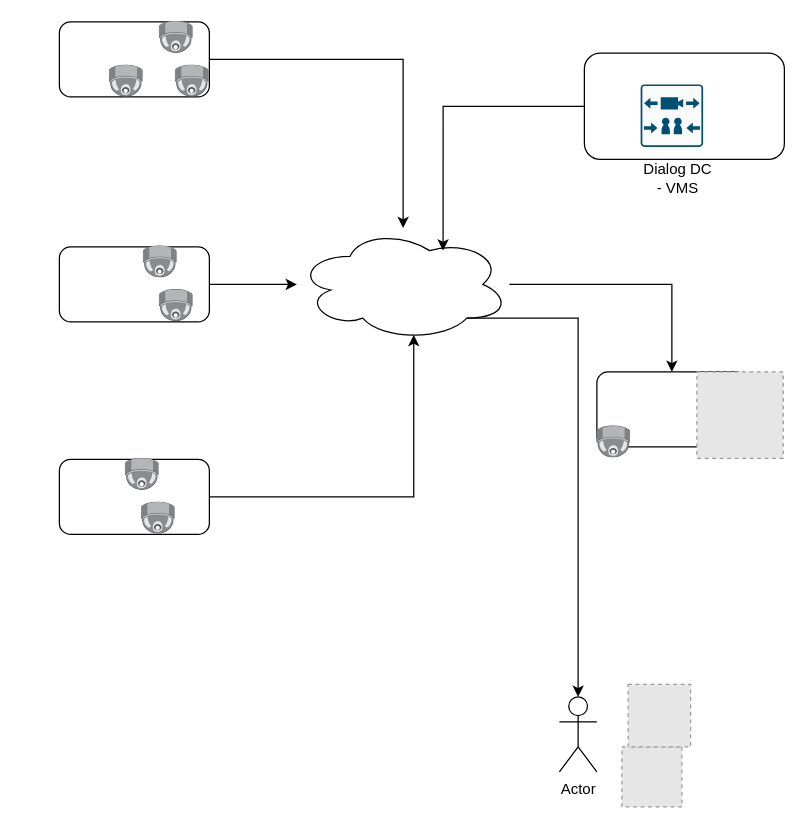
The draw.io diagram Untitled Diagram.drawio in Sadeepap/SampleR, before the edit. Source tidied: cells renumbered, new cells numbered last; positions are measured from the earlier drawing's top-left corner, leaving out a move shared by most shapes. Both pictures are drawn from the tidied source at 125%, with x=0, y=0 at pixel (59, 21). Pictures stored in the file or linked from it are replaced by grey dashed boxes.
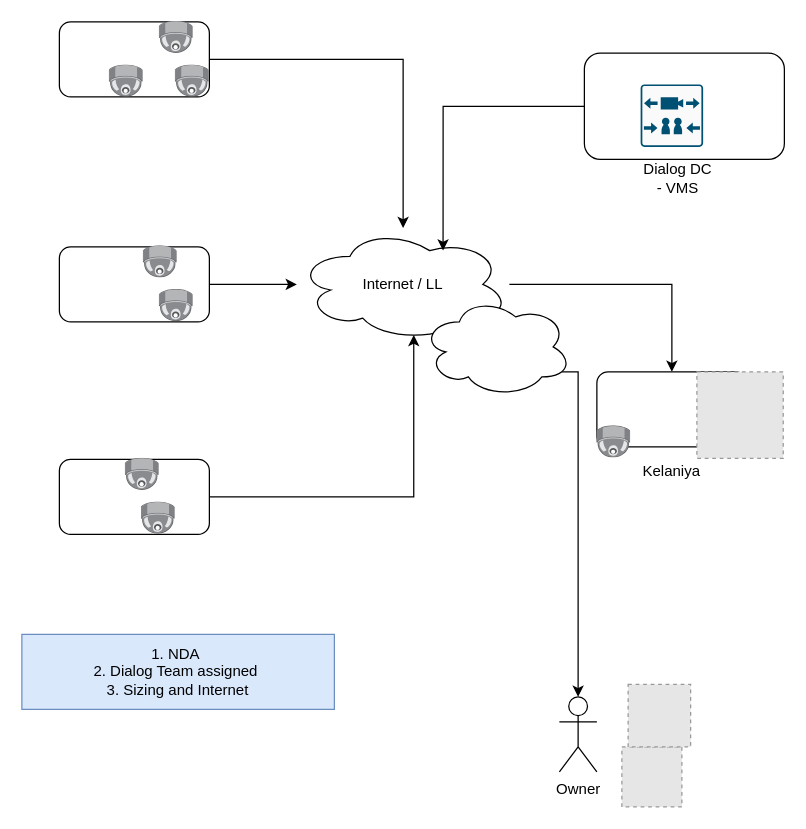
The same page after the edit.

Diff of the diagram source:
```diff
@@
-    <mxCell id="8" style="ellipse;shape=cloud;whiteSpace=wrap;html=1;" parent="1" vertex="1">
+    <mxCell id="8" value="Internet / LL" style="ellipse;shape=cloud;whiteSpace=wrap;html=1;" parent="1" vertex="1">
       <mxGeometry x="190" y="165" width="170" height="90" as="geometry" />
     </mxCell>
@@
-    <mxCell id="24" value="Actor" style="shape=umlActor;verticalLabelPosition=bottom;verticalAlign=top;html=1;outlineConnect=0;" parent="1" vertex="1">
+    <mxCell id="24" value="Owner" style="shape=umlActor;verticalLabelPosition=bottom;verticalAlign=top;html=1;outlineConnect=0;" parent="1" vertex="1">
       <mxGeometry x="400" y="540" width="30" height="60" as="geometry" />
     </mxCell>
-    <mxCell id="25" style="edgeStyle=orthogonalEdgeStyle;rounded=0;jettySize=auto;html=1;exitX=0.8;exitY=0.8;exitDx=0;exitDy=0;exitPerimeter=0;entryX=0.5;entryY=0;entryDx=0;entryDy=0;entryPerimeter=0;" parent="1" edge="1" source="8" target="24">
-      <mxGeometry relative="1" as="geometry" />
+    <mxCell id="25" style="edgeStyle=orthogonalEdgeStyle;rounded=0;jettySize=auto;html=1;entryX=0.5;entryY=0;entryDx=0;entryDy=0;entryPerimeter=0;" parent="1" edge="1" source="28" target="24">
+      <mxGeometry relative="1" as="geometry">
+        <Array as="points">
+          <mxPoint x="415" y="280" />
+        </Array>
+      </mxGeometry>
     </mxCell>
@@
+    <mxCell id="28" style="ellipse;shape=cloud;whiteSpace=wrap;html=1;" parent="1" vertex="1">
+      <mxGeometry x="290" y="220" width="120" height="80" as="geometry" />
+    </mxCell>
+    <mxCell id="29" value="Kelaniya" style="text;html=1;strokeColor=none;fillColor=none;align=center;verticalAlign=middle;whiteSpace=wrap;rounded=0;" parent="1" vertex="1">
+      <mxGeometry x="460" y="345" width="60" height="30" as="geometry" />
+    </mxCell>
+    <mxCell id="30" value="1. NDA&amp;nbsp;&lt;br&gt;2. Dialog Team assigned&amp;nbsp;&lt;br&gt;3. Sizing and Internet" style="text;html=1;strokeColor=#6c8ebf;fillColor=#dae8fc;align=center;verticalAlign=middle;whiteSpace=wrap;rounded=0;" parent="1" vertex="1">
+      <mxGeometry x="-30" y="490" width="250" height="60" as="geometry" />
+    </mxCell>
```
